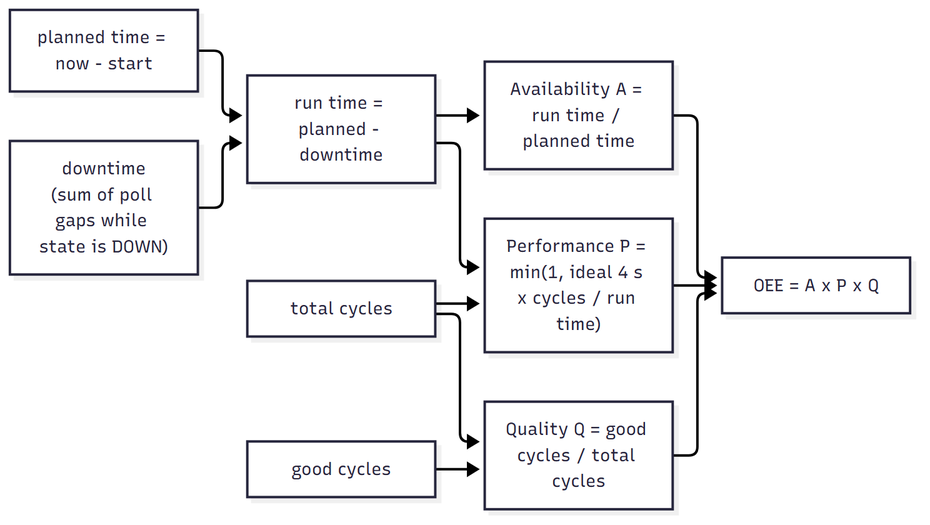
AbhishekDubasi09/aas-digital-twin keeps this Mermaid diagram as docs/diagrams/oee_formula.png. Above is the earlier version. Its source is kept beside it as docs/diagrams/oee_formula.mmd.
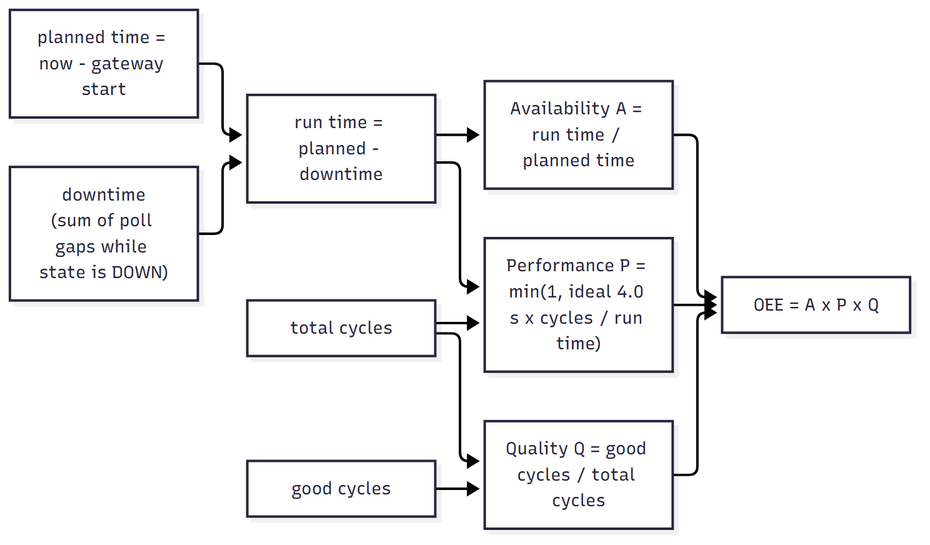
After the commit.

Diff of the diagram source:
```diff
@@ -1,8 +1,8 @@
 flowchart LR
-    T["planned time = now - start"] --> RT["run time = planned - downtime"]
+    T["planned time = now - gateway start"] --> RT["run time = planned - downtime"]
     D["downtime\n(sum of poll gaps while state is DOWN)"] --> RT
     RT --> A["Availability A = run time / planned time"]
-    N["total cycles"] --> P["Performance P = min(1, ideal 4 s x cycles / run time)"]
+    N["total cycles"] --> P["Performance P = min(1, ideal 4.0 s x cycles / run time)"]
     RT --> P
     N --> Q["Quality Q = good cycles / total cycles"]
     G["good cycles"] --> Q
```
